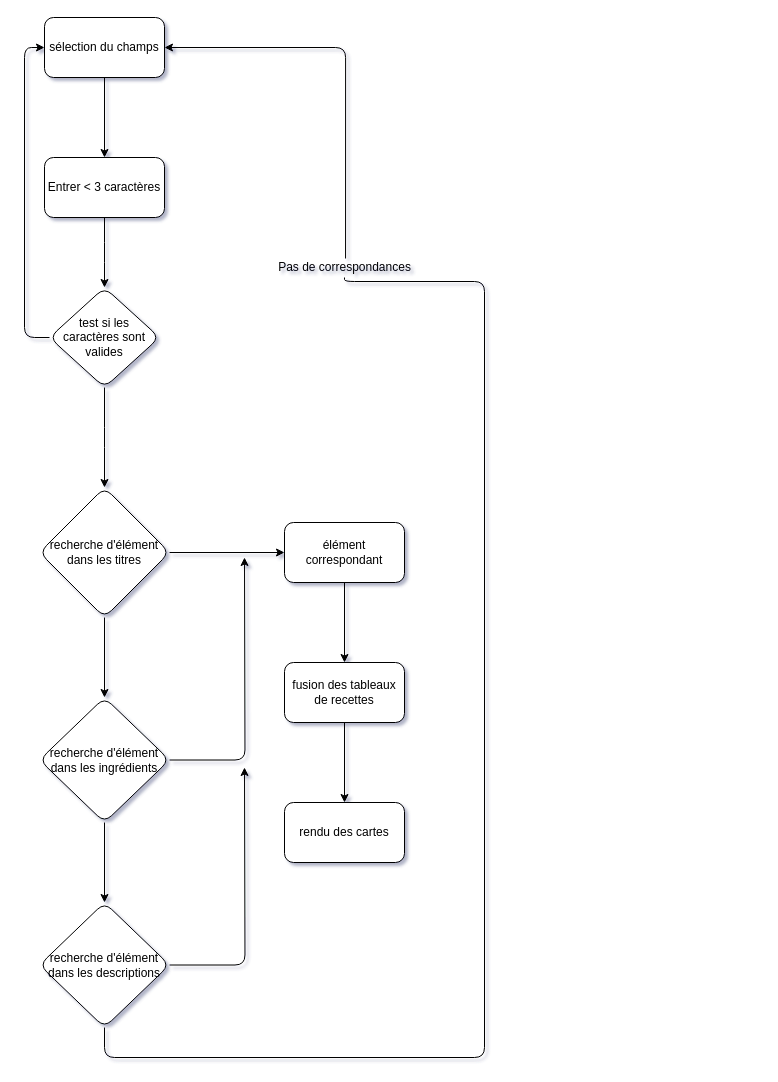
Above: page "SearchBar" (1 of 2) of public/docs/Diagramme sans nom.drawio in Yan-Coquoz/P07-front-end_search-engine (draw.io), before the change. Source tidied: cells renumbered, new cells numbered last; positions are measured from the earlier drawing's top-left corner, leaving out a move shared by most shapes. Both pictures are drawn from the tidied source at 100%, with x=0, y=0 at pixel (24, 17).
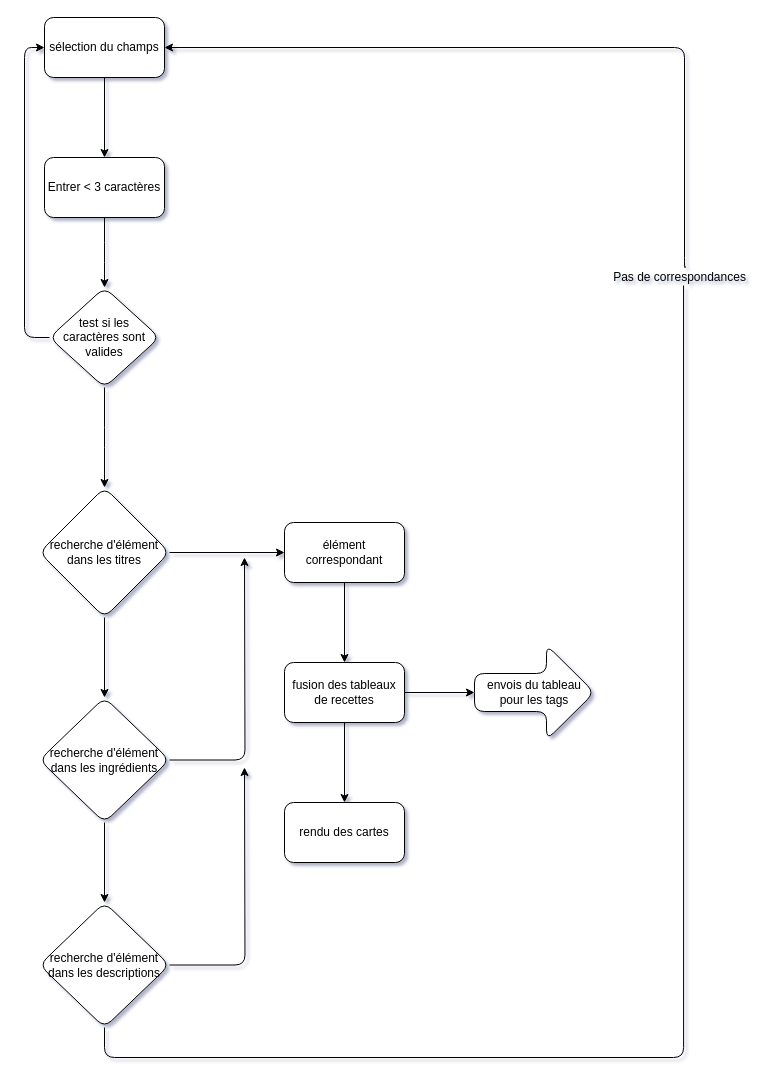
After the change.

Unchanged cells that the change refers to:
```xml
<mxCell id="7" value="sélection du champs" style="whiteSpace=wrap;html=1;rounded=1;" parent="1" vertex="1">
  <mxGeometry x="20" width="120" height="60" as="geometry" />
</mxCell>
<mxCell id="19" value="&lt;span style=&quot;&quot;&gt;recherche d'élément dans les descriptions&lt;/span&gt;" style="rhombus;whiteSpace=wrap;html=1;rounded=1;" parent="1" vertex="1">
  <mxGeometry x="15" y="885" width="130" height="125" as="geometry" />
</mxCell>
<mxCell id="21" value="fusion des tableaux de recettes" style="whiteSpace=wrap;html=1;rounded=1;" parent="1" vertex="1">
  <mxGeometry x="260" y="645" width="120" height="60" as="geometry" />
</mxCell>
```

What changed in the source:
```diff
@@
-    <mxCell id="12" style="edgeStyle=orthogonalEdgeStyle;rounded=1;jettySize=auto;html=1;entryX=1;entryY=0.5;entryDx=0;entryDy=0;startArrow=none;exitX=0.507;exitY=0.05;exitDx=0;exitDy=0;exitPerimeter=0;" parent="1" edge="1" source="22" target="7">
-      <mxGeometry relative="1" as="geometry" />
+    <mxCell id="12" style="edgeStyle=orthogonalEdgeStyle;rounded=1;jettySize=auto;html=1;entryX=1;entryY=0.5;entryDx=0;entryDy=0;startArrow=none;exitX=0.54;exitY=-0.05;exitDx=0;exitDy=0;exitPerimeter=0;" parent="1" edge="1" source="22" target="7">
+      <mxGeometry relative="1" as="geometry">
+        <Array as="points">
+          <mxPoint x="661" y="250" />
+          <mxPoint x="660" y="250" />
+          <mxPoint x="660" y="30" />
+        </Array>
+      </mxGeometry>
     </mxCell>
@@
+    <mxCell id="25" style="edgeStyle=orthogonalEdgeStyle;rounded=1;jettySize=auto;html=1;" parent="1" edge="1" source="21" target="27">
+      <mxGeometry relative="1" as="geometry" />
+    </mxCell>
@@
+    <mxCell id="24" value="rendu des cartes" style="whiteSpace=wrap;html=1;rounded=1;" parent="1" vertex="1">
+      <mxGeometry x="260" y="785" width="120" height="60" as="geometry" />
+    </mxCell>
     <mxCell id="22" value="Pas de correspondances" style="text;html=1;align=center;verticalAlign=middle;points=[];strokeColor=none;fillColor=none;rounded=1;" parent="1" vertex="1">
-      <mxGeometry x="245" y="240" width="150" height="20" as="geometry" />
+      <mxGeometry x="580" y="250" width="150" height="20" as="geometry" />
     </mxCell>
-    <mxCell id="23" style="edgeStyle=orthogonalEdgeStyle;rounded=1;jettySize=auto;html=1;endArrow=none;exitX=0.5;exitY=1;exitDx=0;exitDy=0;" parent="1" edge="1" source="19">
-      <mxGeometry relative="1" as="geometry">
-        <mxPoint x="320" y="260" as="targetPoint" />
-        <Array as="points">
-          <mxPoint x="80" y="1040" />
-          <mxPoint x="460" y="1040" />
-          <mxPoint x="460" y="264" />
-          <mxPoint x="320" y="264" />
-        </Array>
-      </mxGeometry>
-    </mxCell>
-    <mxCell id="24" value="rendu des cartes" style="whiteSpace=wrap;html=1;rounded=1;" parent="1" vertex="1">
-      <mxGeometry x="260" y="785" width="120" height="60" as="geometry" />
-    </mxCell>
+    <mxCell id="26" style="edgeStyle=orthogonalEdgeStyle;rounded=1;jettySize=auto;html=1;endArrow=none;exitX=0.5;exitY=1;exitDx=0;exitDy=0;entryX=0.527;entryY=0.9;entryDx=0;entryDy=0;entryPerimeter=0;" parent="1" edge="1" source="19" target="22">
+      <mxGeometry relative="1" as="geometry">
+        <Array as="points">
+          <mxPoint x="80" y="1040" />
+          <mxPoint x="659" y="1040" />
+        </Array>
+      </mxGeometry>
+    </mxCell>
+    <mxCell id="27" value="&lt;span style=&quot;&quot;&gt;envois du tableau pour les tags&lt;/span&gt;" style="shape=singleArrow;whiteSpace=wrap;html=1;arrowWidth=0.4;arrowSize=0.4;rounded=1;" parent="1" vertex="1">
+      <mxGeometry x="450" y="627.5" width="120" height="95" as="geometry" />
+    </mxCell>
```
